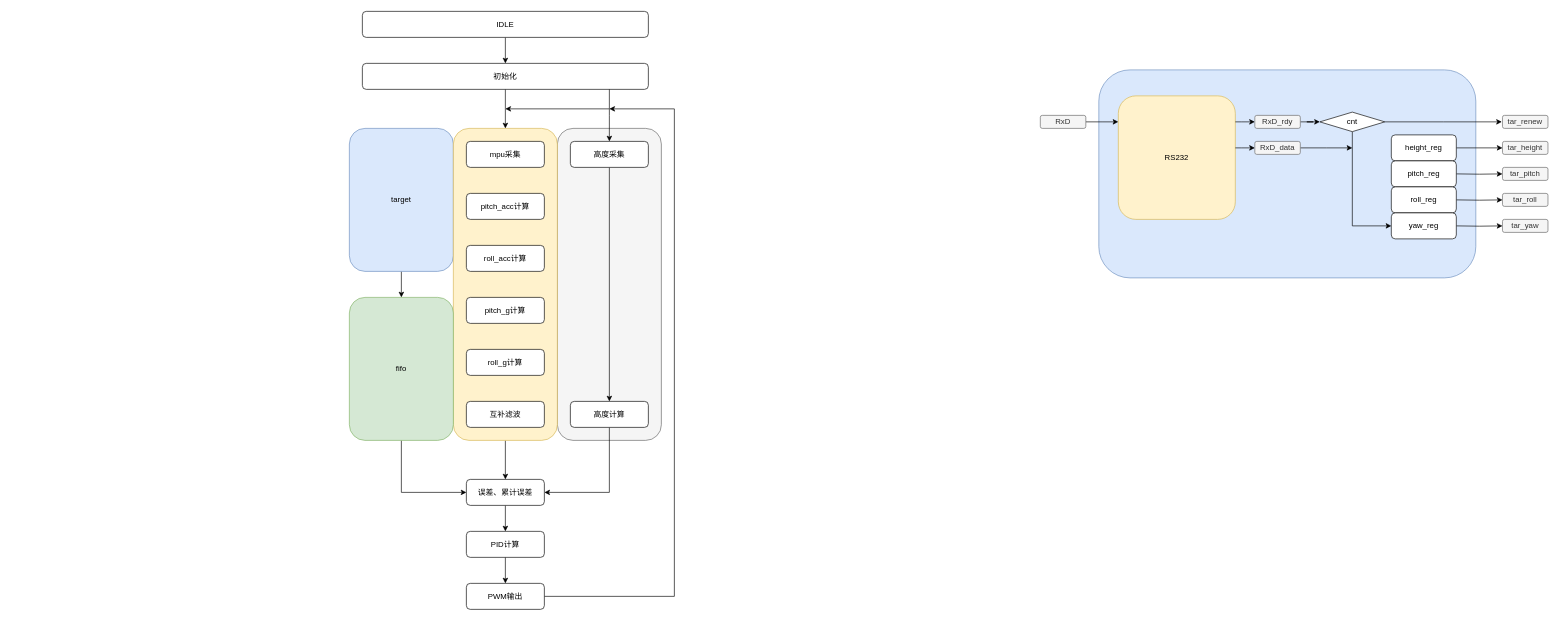
Earlier version of the draw.io diagram 设计资料/无人机总设计框图.drawio (MochChen/Quadcopte). Source tidied: cells renumbered, new cells numbered last; positions are measured from the earlier drawing's top-left corner, leaving out a move shared by most shapes. Both pictures are drawn from the tidied source at 65%, with x=0, y=0 at pixel (349, 11).
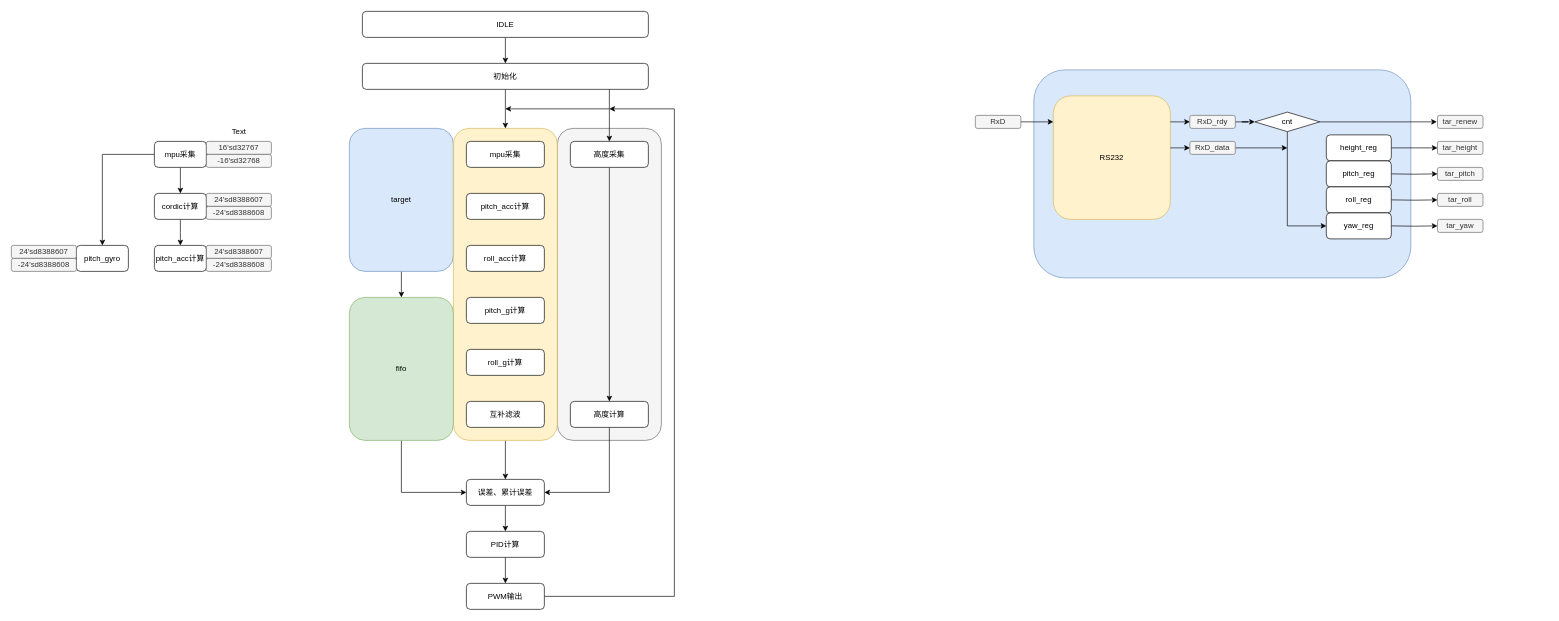
Above is the later version.

Change to the diagram source:
```diff
@@
     <mxCell id="2" style="rounded=1;whiteSpace=wrap;html=1;fillColor=#dae8fc;strokeColor=#6c8ebf;" parent="1" vertex="1">
-      <mxGeometry x="1153" y="90" width="580" height="320" as="geometry" />
+      <mxGeometry x="1053" y="90" width="580" height="320" as="geometry" />
     </mxCell>
@@
     <mxCell id="30" style="edgeStyle=orthogonalEdgeStyle;rounded=0;jettySize=auto;html=1;" parent="1" edge="1" source="31">
       <mxGeometry relative="1" as="geometry">
-        <mxPoint x="1183" y="170" as="targetPoint" />
+        <mxPoint x="1083" y="170" as="targetPoint" />
       </mxGeometry>
     </mxCell>
     <mxCell id="31" value="RxD" style="rounded=1;whiteSpace=wrap;html=1;fillColor=#f5f5f5;strokeColor=#666666;fontColor=#333333;" parent="1" vertex="1">
-      <mxGeometry x="1063" y="160" width="70" height="20" as="geometry" />
+      <mxGeometry x="963" y="160" width="70" height="20" as="geometry" />
     </mxCell>
     <mxCell id="32" value="RS232" style="rounded=1;whiteSpace=wrap;html=1;fillColor=#fff2cc;strokeColor=#d6b656;" parent="1" vertex="1">
-      <mxGeometry x="1183" y="130" width="180" height="190" as="geometry" />
+      <mxGeometry x="1083" y="130" width="180" height="190" as="geometry" />
     </mxCell>
     <mxCell id="33" style="edgeStyle=orthogonalEdgeStyle;rounded=0;jettySize=auto;html=1;" parent="1" edge="1" source="34">
       <mxGeometry relative="1" as="geometry">
-        <mxPoint x="1543" y="210" as="targetPoint" />
+        <mxPoint x="1443" y="210" as="targetPoint" />
       </mxGeometry>
     </mxCell>
     <mxCell id="34" value="RxD_data" style="rounded=1;whiteSpace=wrap;html=1;fillColor=#f5f5f5;strokeColor=#666666;fontColor=#333333;" parent="1" vertex="1">
-      <mxGeometry x="1393" y="200" width="70" height="20" as="geometry" />
+      <mxGeometry x="1293" y="200" width="70" height="20" as="geometry" />
     </mxCell>
     <mxCell id="35" style="edgeStyle=orthogonalEdgeStyle;rounded=0;jettySize=auto;html=1;entryX=0.995;entryY=0.21;entryDx=0;entryDy=0;entryPerimeter=0;startArrow=classic;startFill=1;endArrow=none;endFill=0;" parent="1" edge="1" source="34">
       <mxGeometry relative="1" as="geometry">
-        <mxPoint x="1363" y="210" as="targetPoint" />
+        <mxPoint x="1263" y="210" as="targetPoint" />
       </mxGeometry>
     </mxCell>
@@
     <mxCell id="37" value="RxD_rdy" style="rounded=1;whiteSpace=wrap;html=1;fillColor=#f5f5f5;strokeColor=#666666;fontColor=#333333;" parent="1" vertex="1">
-      <mxGeometry x="1393" y="160" width="70" height="20" as="geometry" />
+      <mxGeometry x="1293" y="160" width="70" height="20" as="geometry" />
     </mxCell>
     <mxCell id="38" style="edgeStyle=orthogonalEdgeStyle;rounded=0;jettySize=auto;html=1;entryX=0.995;entryY=0.21;entryDx=0;entryDy=0;entryPerimeter=0;startArrow=classic;startFill=1;endArrow=none;endFill=0;" parent="1" edge="1" source="37">
       <mxGeometry relative="1" as="geometry">
-        <mxPoint x="1363" y="170" as="targetPoint" />
+        <mxPoint x="1263" y="170" as="targetPoint" />
       </mxGeometry>
     </mxCell>
     <mxCell id="39" value="tar_height" style="rounded=1;whiteSpace=wrap;html=1;fillColor=#f5f5f5;strokeColor=#666666;fontColor=#333333;" parent="1" vertex="1">
-      <mxGeometry x="1774" y="200" width="70" height="20" as="geometry" />
+      <mxGeometry x="1674" y="200" width="70" height="20" as="geometry" />
     </mxCell>
@@
     <mxCell id="41" value="tar_pitch" style="rounded=1;whiteSpace=wrap;html=1;fillColor=#f5f5f5;strokeColor=#666666;fontColor=#333333;" parent="1" vertex="1">
-      <mxGeometry x="1774" y="240" width="70" height="20" as="geometry" />
+      <mxGeometry x="1674" y="240" width="70" height="20" as="geometry" />
     </mxCell>
     <mxCell id="42" value="tar_roll" style="rounded=1;whiteSpace=wrap;html=1;fillColor=#f5f5f5;strokeColor=#666666;fontColor=#333333;" parent="1" vertex="1">
-      <mxGeometry x="1774" y="280" width="70" height="20" as="geometry" />
+      <mxGeometry x="1674" y="280" width="70" height="20" as="geometry" />
     </mxCell>
     <mxCell id="43" value="tar_yaw" style="rounded=1;whiteSpace=wrap;html=1;fillColor=#f5f5f5;strokeColor=#666666;fontColor=#333333;" parent="1" vertex="1">
-      <mxGeometry x="1774" y="320" width="70" height="20" as="geometry" />
+      <mxGeometry x="1674" y="320" width="70" height="20" as="geometry" />
     </mxCell>
     <mxCell id="44" value="height_reg" style="rounded=1;whiteSpace=wrap;html=1;" parent="1" vertex="1">
-      <mxGeometry x="1603" y="190" width="100" height="40" as="geometry" />
+      <mxGeometry x="1503" y="190" width="100" height="40" as="geometry" />
     </mxCell>
     <mxCell id="45" style="edgeStyle=orthogonalEdgeStyle;rounded=0;jettySize=auto;html=1;entryX=1;entryY=0.5;entryDx=0;entryDy=0;startArrow=classic;startFill=1;endArrow=none;endFill=0;" parent="1" edge="1" target="46">
       <mxGeometry relative="1" as="geometry">
-        <mxPoint x="1774" y="250" as="sourcePoint" />
+        <mxPoint x="1674" y="250" as="sourcePoint" />
       </mxGeometry>
     </mxCell>
     <mxCell id="46" value="pitch_reg" style="rounded=1;whiteSpace=wrap;html=1;" parent="1" vertex="1">
-      <mxGeometry x="1603" y="230" width="100" height="40" as="geometry" />
+      <mxGeometry x="1503" y="230" width="100" height="40" as="geometry" />
     </mxCell>
     <mxCell id="47" style="edgeStyle=orthogonalEdgeStyle;rounded=0;jettySize=auto;html=1;entryX=1;entryY=0.5;entryDx=0;entryDy=0;startArrow=classic;startFill=1;endArrow=none;endFill=0;" parent="1" edge="1" target="48">
       <mxGeometry relative="1" as="geometry">
-        <mxPoint x="1774" y="290" as="sourcePoint" />
+        <mxPoint x="1674" y="290" as="sourcePoint" />
       </mxGeometry>
     </mxCell>
     <mxCell id="48" value="roll_reg" style="rounded=1;whiteSpace=wrap;html=1;" parent="1" vertex="1">
-      <mxGeometry x="1603" y="270" width="100" height="40" as="geometry" />
+      <mxGeometry x="1503" y="270" width="100" height="40" as="geometry" />
     </mxCell>
     <mxCell id="49" style="edgeStyle=orthogonalEdgeStyle;rounded=0;jettySize=auto;html=1;entryX=1;entryY=0.5;entryDx=0;entryDy=0;startArrow=classic;startFill=1;endArrow=none;endFill=0;" parent="1" edge="1" target="50">
       <mxGeometry relative="1" as="geometry">
-        <mxPoint x="1774" y="330" as="sourcePoint" />
+        <mxPoint x="1674" y="330" as="sourcePoint" />
       </mxGeometry>
     </mxCell>
     <mxCell id="50" value="yaw_reg" style="rounded=1;whiteSpace=wrap;html=1;" parent="1" vertex="1">
-      <mxGeometry x="1603" y="310" width="100" height="40" as="geometry" />
+      <mxGeometry x="1503" y="310" width="100" height="40" as="geometry" />
     </mxCell>
     <mxCell id="51" style="edgeStyle=orthogonalEdgeStyle;rounded=0;jettySize=auto;html=1;" parent="1" edge="1" source="53">
       <mxGeometry relative="1" as="geometry">
-        <mxPoint x="1773" y="170" as="targetPoint" />
+        <mxPoint x="1673" y="170" as="targetPoint" />
       </mxGeometry>
     </mxCell>
     <mxCell id="52" style="edgeStyle=orthogonalEdgeStyle;rounded=0;jettySize=auto;html=1;entryX=0;entryY=0.5;entryDx=0;entryDy=0;" parent="1" edge="1" source="53" target="50">
       <mxGeometry relative="1" as="geometry">
         <Array as="points">
-          <mxPoint x="1543" y="330" />
+          <mxPoint x="1443" y="330" />
         </Array>
       </mxGeometry>
     </mxCell>
     <mxCell id="53" value="cnt" style="rhombus;whiteSpace=wrap;html=1;" parent="1" vertex="1">
-      <mxGeometry x="1493" y="155" width="100" height="30" as="geometry" />
+      <mxGeometry x="1393" y="155" width="100" height="30" as="geometry" />
     </mxCell>
     <mxCell id="54" value="tar_renew" style="rounded=1;whiteSpace=wrap;html=1;fillColor=#f5f5f5;strokeColor=#666666;fontColor=#333333;" parent="1" vertex="1">
-      <mxGeometry x="1774" y="160" width="70" height="20" as="geometry" />
+      <mxGeometry x="1674" y="160" width="70" height="20" as="geometry" />
     </mxCell>
@@
+    <mxCell id="57" style="edgeStyle=orthogonalEdgeStyle;rounded=0;jettySize=auto;html=1;entryX=0.5;entryY=0;entryDx=0;entryDy=0;" parent="1" edge="1" source="59" target="61">
+      <mxGeometry relative="1" as="geometry" />
+    </mxCell>
+    <mxCell id="58" style="edgeStyle=orthogonalEdgeStyle;rounded=0;jettySize=auto;html=1;entryX=0.5;entryY=0;entryDx=0;entryDy=0;" parent="1" edge="1" source="59" target="70">
+      <mxGeometry relative="1" as="geometry" />
+    </mxCell>
+    <mxCell id="59" value="mpu采集" style="rounded=1;whiteSpace=wrap;html=1;" parent="1" vertex="1">
+      <mxGeometry x="-300" y="200" width="80" height="40" as="geometry" />
+    </mxCell>
+    <mxCell id="60" style="edgeStyle=orthogonalEdgeStyle;rounded=0;jettySize=auto;html=1;" parent="1" edge="1" source="61">
+      <mxGeometry relative="1" as="geometry">
+        <mxPoint x="-260" y="360" as="targetPoint" />
+      </mxGeometry>
+    </mxCell>
+    <mxCell id="61" value="cordic&lt;span style=&quot;background-color: initial;&quot;&gt;计算&lt;/span&gt;" style="rounded=1;whiteSpace=wrap;html=1;" parent="1" vertex="1">
+      <mxGeometry x="-300" y="280" width="80" height="40" as="geometry" />
+    </mxCell>
+    <mxCell id="62" value="16'sd32767" style="rounded=1;whiteSpace=wrap;html=1;fillColor=#f5f5f5;strokeColor=#666666;fontColor=#333333;" parent="1" vertex="1">
+      <mxGeometry x="-220" y="200" width="100" height="20" as="geometry" />
+    </mxCell>
+    <mxCell id="63" value="-16'sd32768" style="rounded=1;whiteSpace=wrap;html=1;fillColor=#f5f5f5;strokeColor=#666666;fontColor=#333333;" parent="1" vertex="1">
+      <mxGeometry x="-220" y="220" width="100" height="20" as="geometry" />
+    </mxCell>
+    <mxCell id="64" value="pitch_acc计算" style="rounded=1;whiteSpace=wrap;html=1;" parent="1" vertex="1">
+      <mxGeometry x="-300" y="360" width="80" height="40" as="geometry" />
+    </mxCell>
+    <mxCell id="65" value="24'sd8388607" style="rounded=1;whiteSpace=wrap;html=1;fillColor=#f5f5f5;strokeColor=#666666;fontColor=#333333;" parent="1" vertex="1">
+      <mxGeometry x="-220" y="280" width="100" height="20" as="geometry" />
+    </mxCell>
+    <mxCell id="66" value="-24'sd8388608" style="rounded=1;whiteSpace=wrap;html=1;fillColor=#f5f5f5;strokeColor=#666666;fontColor=#333333;" parent="1" vertex="1">
+      <mxGeometry x="-220" y="300" width="100" height="20" as="geometry" />
+    </mxCell>
+    <mxCell id="67" value="Text" style="text;html=1;align=center;verticalAlign=middle;strokeColor=none;fillColor=none;" parent="1" vertex="1">
+      <mxGeometry x="-195" y="170" width="50" height="30" as="geometry" />
+    </mxCell>
+    <mxCell id="68" value="24'sd8388607" style="rounded=1;whiteSpace=wrap;html=1;fillColor=#f5f5f5;strokeColor=#666666;fontColor=#333333;" parent="1" vertex="1">
+      <mxGeometry x="-220" y="360" width="100" height="20" as="geometry" />
+    </mxCell>
+    <mxCell id="69" value="-24'sd8388608" style="rounded=1;whiteSpace=wrap;html=1;fillColor=#f5f5f5;strokeColor=#666666;fontColor=#333333;" parent="1" vertex="1">
+      <mxGeometry x="-220" y="380" width="100" height="20" as="geometry" />
+    </mxCell>
+    <mxCell id="70" value="pitch_gyro" style="rounded=1;whiteSpace=wrap;html=1;" parent="1" vertex="1">
+      <mxGeometry x="-420" y="360" width="80" height="40" as="geometry" />
+    </mxCell>
+    <mxCell id="71" value="24'sd8388607" style="rounded=1;whiteSpace=wrap;html=1;fillColor=#f5f5f5;strokeColor=#666666;fontColor=#333333;" parent="1" vertex="1">
+      <mxGeometry x="-520" y="360" width="100" height="20" as="geometry" />
+    </mxCell>
+    <mxCell id="72" value="-24'sd8388608" style="rounded=1;whiteSpace=wrap;html=1;fillColor=#f5f5f5;strokeColor=#666666;fontColor=#333333;" parent="1" vertex="1">
+      <mxGeometry x="-520" y="380" width="100" height="20" as="geometry" />
+    </mxCell>
```
